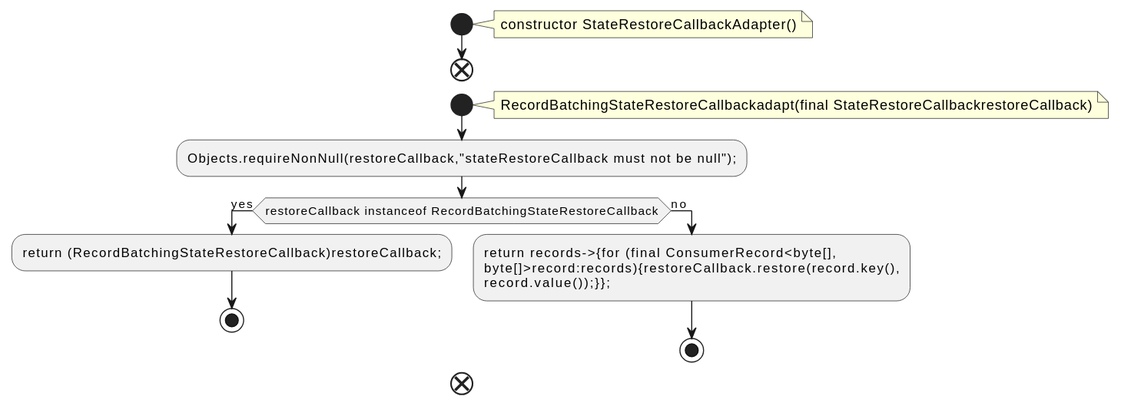
The PlantUML diagram docs/qc/streams/src/main/java/org/apache/kafka/streams/processor/internals/StateRestoreCallbackAdapter.java.fct.svg in qualitesys/kafka, before a commit.
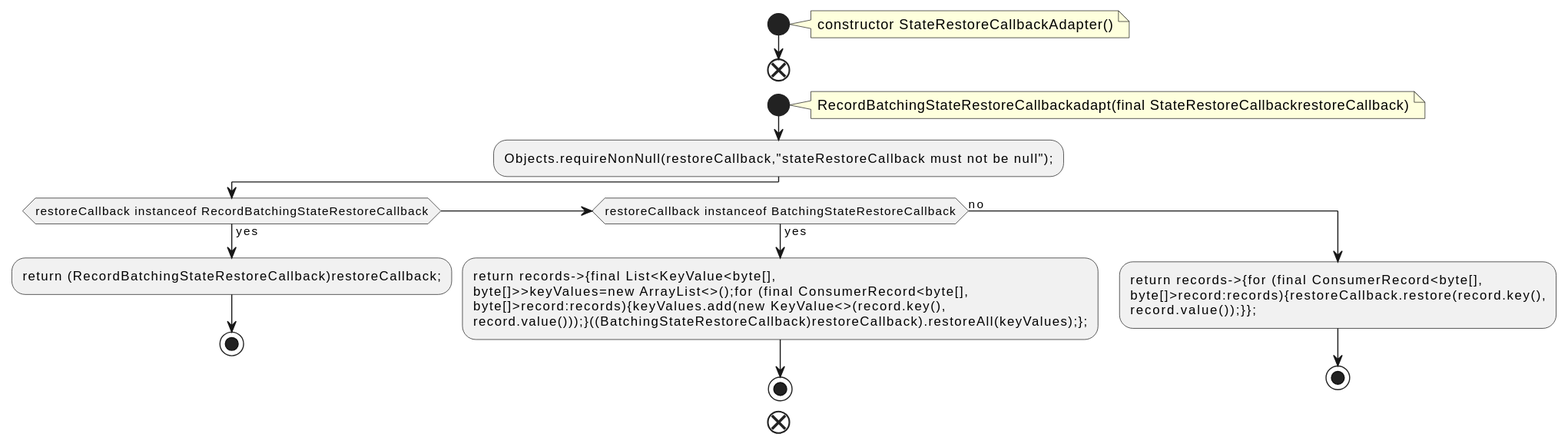
Above is the later version.

The edit, as a diff of the source:
```diff
@@ -13,6 +13,12 @@
 if (restoreCallback instanceof RecordBatchingStateRestoreCallback) then (yes)
 :return (RecordBatchingStateRestoreCallback)restoreCallback;;
 stop
+else if (restoreCallback instanceof BatchingStateRestoreCallback) then (yes)
+:return records->{final List<KeyValue<byte[],
+byte[]>>keyValues=new ArrayList<>();for (final ConsumerRecord<byte[],
+byte[]>record:records){keyValues.add(new KeyValue<>(record.key(),
+record.value()));}((BatchingStateRestoreCallback)restoreCallback).restoreAll(keyValues);};;
+stop
 else (no)
 :return records->{for (final ConsumerRecord<byte[],
 byte[]>record:records){restoreCallback.restore(record.key(),
```
